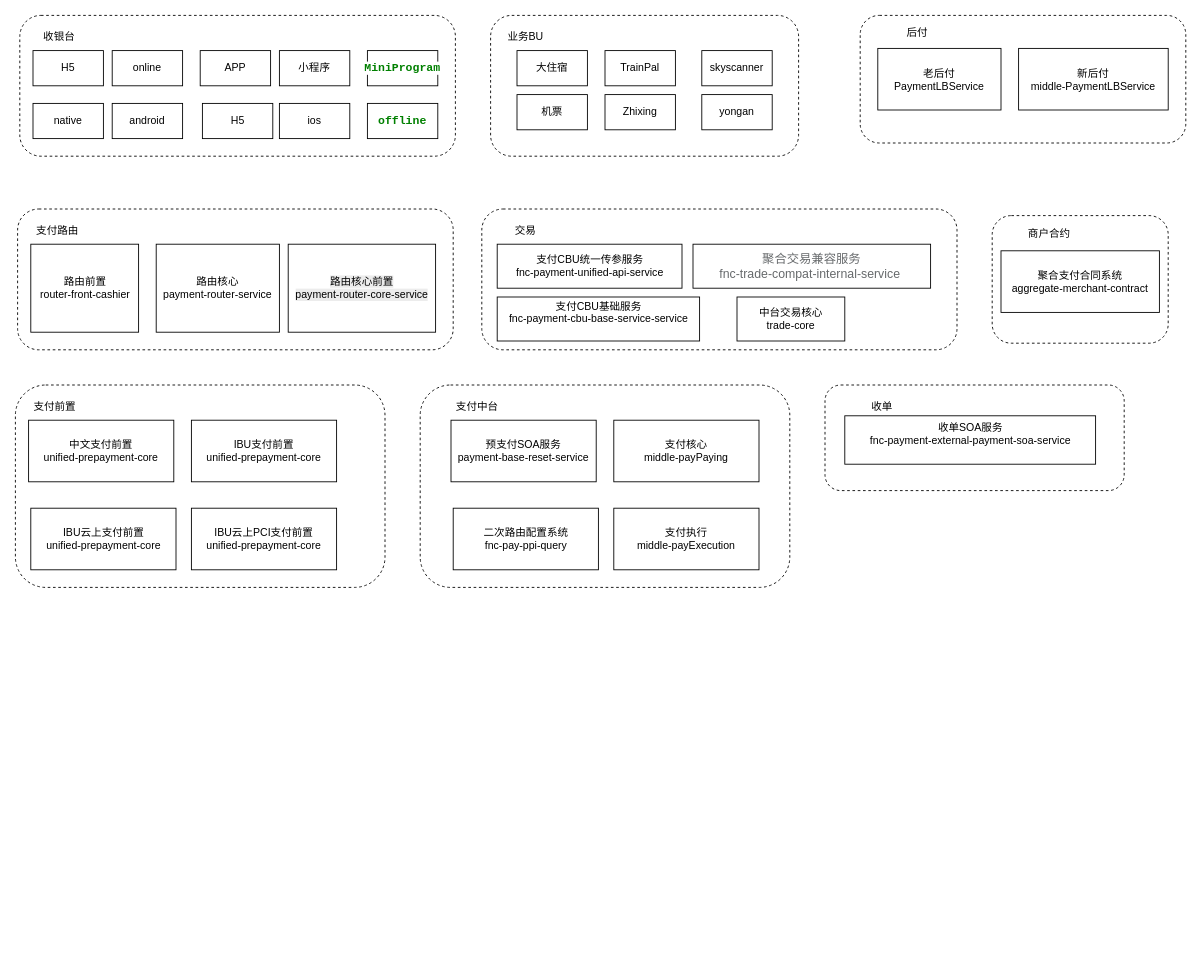
This is 携程金融.drawio from NeverMore93/draw, a draw.io file, before an edit. Source tidied: cells renumbered, new cells numbered last; positions are measured from the earlier drawing's top-left corner, leaving out a move shared by most shapes. Both pictures are drawn from the tidied source at 88%, with x=0, y=0 at pixel (15, 15).
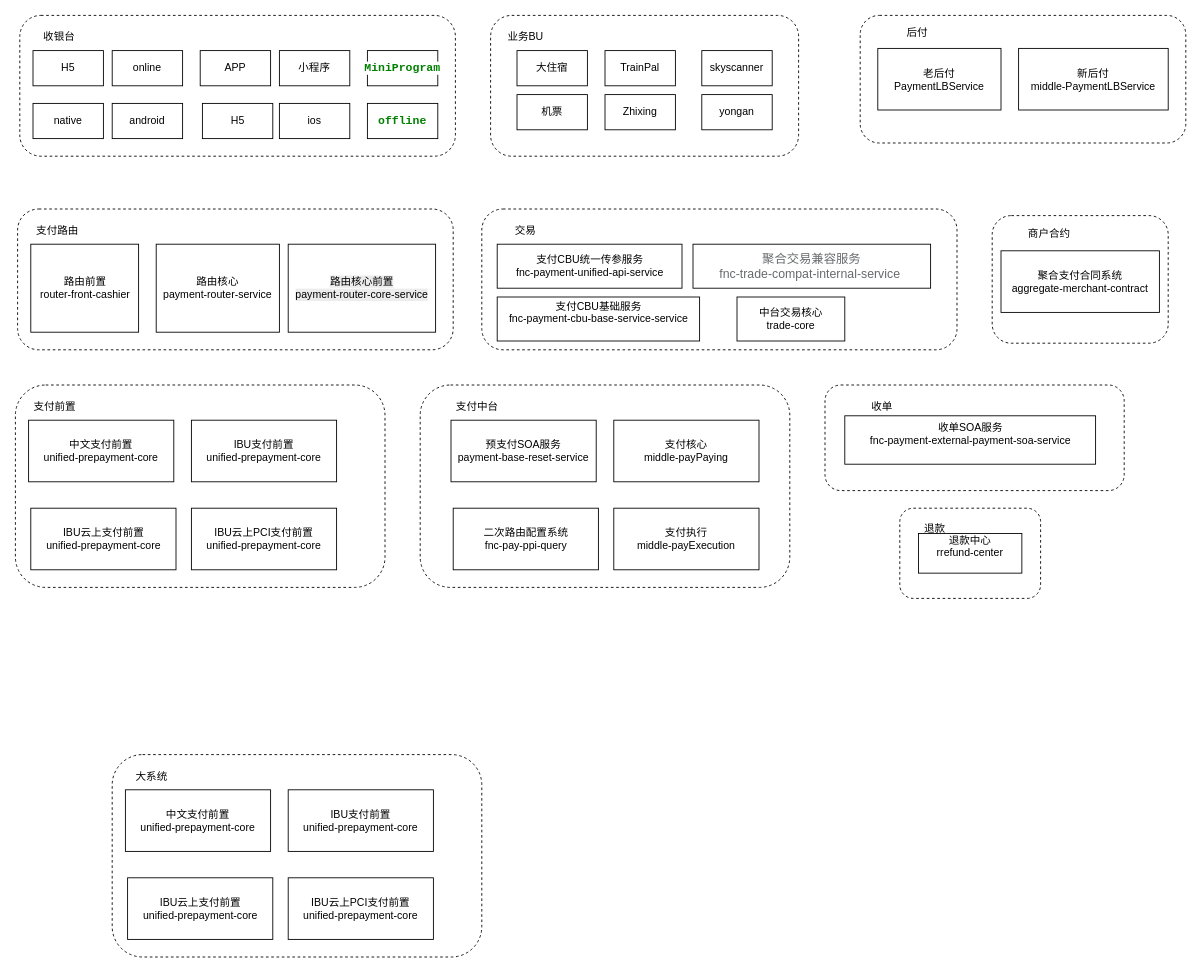
The same diagram, later.

Diff of the diagram source:
```diff
@@
+    <mxCell id="55" style="rounded=1;whiteSpace=wrap;html=1;dashed=1;align=left;" parent="1" vertex="1">
+      <mxGeometry x="1005" y="560" width="160" height="102.5" as="geometry" />
+    </mxCell>
+    <mxCell id="56" value="退款" style="text;html=1;align=center;verticalAlign=middle;whiteSpace=wrap;rounded=0;" parent="1" vertex="1">
+      <mxGeometry x="1015" y="567.5" width="60" height="30" as="geometry" />
+    </mxCell>
+    <mxCell id="57" value="&lt;div&gt;退款中心&lt;/div&gt;&lt;div&gt;rrefund-center&lt;/div&gt;&lt;div&gt;&lt;br&gt;&lt;/div&gt;" style="rounded=0;whiteSpace=wrap;html=1;" parent="1" vertex="1">
+      <mxGeometry x="1026.2" y="588.8" width="117.5" height="45" as="geometry" />
+    </mxCell>
+    <mxCell id="58" style="rounded=1;whiteSpace=wrap;html=1;dashed=1;align=left;" parent="1" vertex="1">
+      <mxGeometry x="110" y="840" width="420" height="230" as="geometry" />
+    </mxCell>
+    <mxCell id="59" value="大系统" style="text;html=1;align=center;verticalAlign=middle;whiteSpace=wrap;rounded=0;" parent="1" vertex="1">
+      <mxGeometry x="125" y="850" width="60" height="30" as="geometry" />
+    </mxCell>
+    <mxCell id="60" value="中文支付前置&lt;div&gt;unified-prepayment-core&lt;br&gt;&lt;/div&gt;" style="rounded=0;whiteSpace=wrap;html=1;" parent="1" vertex="1">
+      <mxGeometry x="125" y="880" width="165" height="70" as="geometry" />
+    </mxCell>
+    <mxCell id="61" value="IBU支付前置&lt;div&gt;unified-prepayment-core&lt;br&gt;&lt;/div&gt;" style="rounded=0;whiteSpace=wrap;html=1;" parent="1" vertex="1">
+      <mxGeometry x="310" y="880" width="165" height="70" as="geometry" />
+    </mxCell>
+    <mxCell id="62" value="IBU云上支付前置&lt;div&gt;unified-prepayment-core&lt;br&gt;&lt;/div&gt;" style="rounded=0;whiteSpace=wrap;html=1;" parent="1" vertex="1">
+      <mxGeometry x="127.5" y="980" width="165" height="70" as="geometry" />
+    </mxCell>
+    <mxCell id="63" value="IBU云上PCI支付前置&lt;div&gt;unified-prepayment-core&lt;br&gt;&lt;/div&gt;" style="rounded=0;whiteSpace=wrap;html=1;" parent="1" vertex="1">
+      <mxGeometry x="310" y="980" width="165" height="70" as="geometry" />
+    </mxCell>
```
